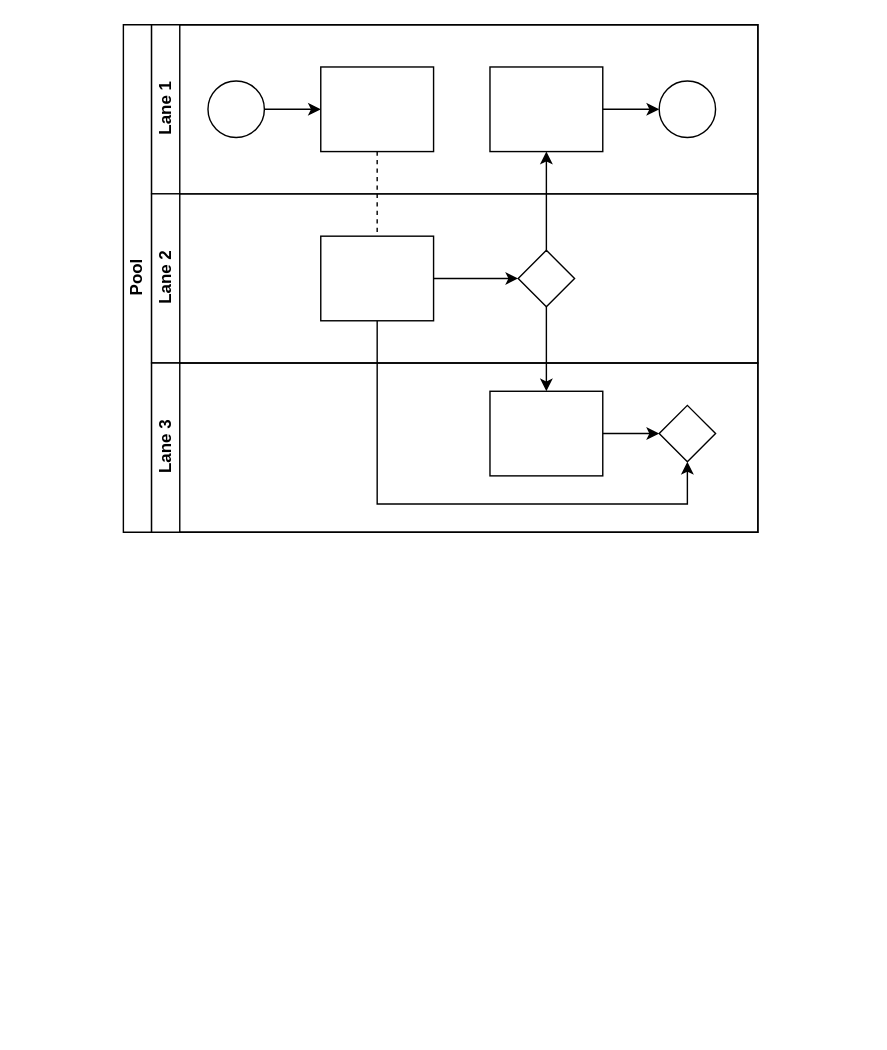
Before: Flowchart/archiDAO_architecture.drawio in ArchiDAO/ArchiDAONFT, a draw.io diagram. Source tidied: cells renumbered, new cells numbered last; positions are measured from the earlier drawing's top-left corner, leaving out a move shared by most shapes. Both pictures are drawn from the tidied source at 141%, with x=0, y=0 at pixel (123, 24).
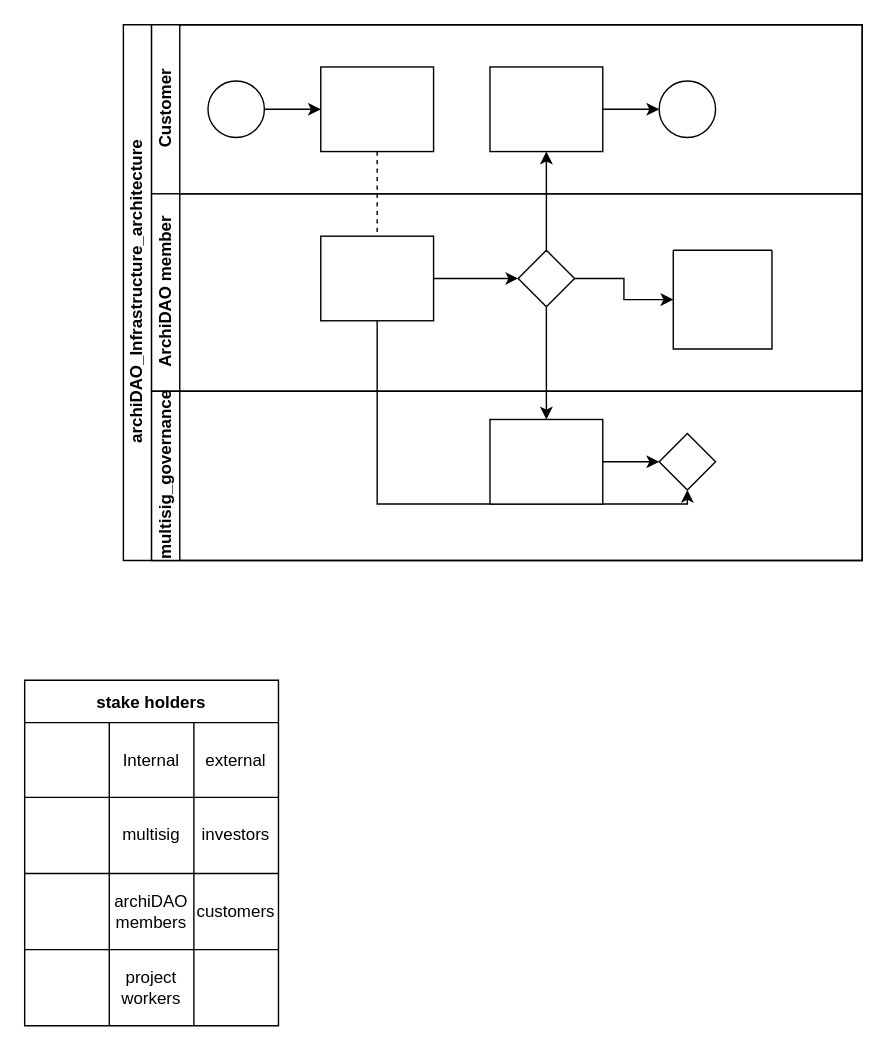
The same page after the edit.

Unchanged cells that the change refers to:
```xml
<mxCell id="17" style="rhombus;whiteSpace=wrap;html=1;fontFamily=Helvetica;fontSize=12;fontColor=#000000;align=center;" parent="14" vertex="1">
  <mxGeometry x="260" y="40" width="40" height="40" as="geometry" />
</mxCell>
```

Diff of the diagram source:
```diff
@@
-    <mxCell id="2" value="Pool" style="swimlane;html=1;horizontal=0;startSize=20;" parent="1" vertex="1">
-      <mxGeometry width="450" height="360" as="geometry" />
+    <mxCell id="2" value="archiDAO_Infrastructure_architecture" style="swimlane;html=1;horizontal=0;startSize=20;" parent="1" vertex="1">
+      <mxGeometry width="524" height="380" as="geometry" />
     </mxCell>
@@
-    <mxCell id="7" value="Lane 1" style="swimlane;html=1;startSize=20;horizontal=0;" parent="2" vertex="1">
-      <mxGeometry x="20" width="430" height="120" as="geometry" />
+    <mxCell id="7" value="Customer" style="swimlane;html=1;startSize=20;horizontal=0;" parent="2" vertex="1">
+      <mxGeometry x="20" width="504" height="120" as="geometry" />
     </mxCell>
@@
-    <mxCell id="14" value="Lane 2" style="swimlane;html=1;startSize=20;horizontal=0;" parent="2" vertex="1">
-      <mxGeometry x="20" y="120" width="430" height="120" as="geometry" />
+    <mxCell id="14" value="ArchiDAO member" style="swimlane;html=1;startSize=20;horizontal=0;" parent="2" vertex="1">
+      <mxGeometry x="20" y="120" width="504" height="140" as="geometry" />
     </mxCell>
@@
+    <mxCell id="22" style="edgeStyle=orthogonalEdgeStyle;rounded=0;jettySize=auto;html=1;exitX=1;exitY=0.5;exitDx=0;exitDy=0;entryX=0;entryY=0.5;entryDx=0;entryDy=0;" parent="14" edge="1" source="17" target="23">
+      <mxGeometry relative="1" as="geometry" />
+    </mxCell>
@@
+    <mxCell id="23" style="swimlane;startSize=0;" parent="14" vertex="1">
+      <mxGeometry x="370" y="40" width="70" height="70" as="geometry" />
+    </mxCell>
-    <mxCell id="18" value="Lane 3" style="swimlane;html=1;startSize=20;horizontal=0;" parent="2" vertex="1">
-      <mxGeometry x="20" y="240" width="430" height="120" as="geometry" />
+    <mxCell id="18" value="multisig_governance" style="swimlane;html=1;startSize=20;horizontal=0;" parent="2" vertex="1">
+      <mxGeometry x="20" y="260" width="504" height="120" as="geometry" />
     </mxCell>
@@
+    <mxCell id="24" value="stake holders" style="shape=table;startSize=30;childLayout=tableLayout;fontStyle=1;align=center;strokeWidth=1;" parent="1" vertex="1">
+      <mxGeometry x="-70" y="465" width="180" height="245" as="geometry" />
+    </mxCell>
+    <mxCell id="25" style="shape=tableRow;horizontal=0;startSize=0;swimlaneHead=0;swimlaneBody=0;top=0;left=0;bottom=0;right=0;fillColor=none;" parent="24" vertex="1">
+      <mxGeometry y="30" width="180" height="53" as="geometry" />
+    </mxCell>
+    <mxCell id="26" style="shape=partialRectangle;html=1;whiteSpace=wrap;fillColor=none;top=0;left=0;bottom=0;right=0;overflow=hidden;" parent="25" vertex="1">
+      <mxGeometry width="60" height="53" as="geometry" />
+    </mxCell>
+    <mxCell id="27" value="Internal" style="shape=partialRectangle;html=1;whiteSpace=wrap;fillColor=none;top=0;left=0;bottom=0;right=0;overflow=hidden;" parent="25" vertex="1">
+      <mxGeometry x="60" width="60" height="53" as="geometry" />
+    </mxCell>
+    <mxCell id="28" value="external" style="shape=partialRectangle;html=1;whiteSpace=wrap;fillColor=none;top=0;left=0;bottom=0;right=0;overflow=hidden;" parent="25" vertex="1">
+      <mxGeometry x="120" width="60" height="53" as="geometry" />
+    </mxCell>
+    <mxCell id="29" style="shape=tableRow;horizontal=0;startSize=0;swimlaneHead=0;swimlaneBody=0;top=0;left=0;bottom=0;right=0;fillColor=none;" parent="24" vertex="1">
+      <mxGeometry y="83" width="180" height="54" as="geometry" />
+    </mxCell>
+    <mxCell id="30" style="shape=partialRectangle;html=1;whiteSpace=wrap;fillColor=none;top=0;left=0;bottom=0;right=0;overflow=hidden;" parent="29" vertex="1">
+      <mxGeometry width="60" height="54" as="geometry" />
+    </mxCell>
+    <mxCell id="31" value="multisig" style="shape=partialRectangle;html=1;whiteSpace=wrap;fillColor=none;top=0;left=0;bottom=0;right=0;overflow=hidden;" parent="29" vertex="1">
+      <mxGeometry x="60" width="60" height="54" as="geometry" />
+    </mxCell>
+    <mxCell id="32" value="investors" style="shape=partialRectangle;html=1;whiteSpace=wrap;fillColor=none;top=0;left=0;bottom=0;right=0;overflow=hidden;" parent="29" vertex="1">
+      <mxGeometry x="120" width="60" height="54" as="geometry" />
+    </mxCell>
+    <mxCell id="33" style="shape=tableRow;horizontal=0;startSize=0;swimlaneHead=0;swimlaneBody=0;top=0;left=0;bottom=0;right=0;fillColor=none;" parent="24" vertex="1">
+      <mxGeometry y="137" width="180" height="54" as="geometry" />
+    </mxCell>
+    <mxCell id="34" style="shape=partialRectangle;html=1;whiteSpace=wrap;fillColor=none;top=0;left=0;bottom=0;right=0;overflow=hidden;" parent="33" vertex="1">
+      <mxGeometry width="60" height="54" as="geometry" />
+    </mxCell>
+    <mxCell id="35" value="archiDAO members" style="shape=partialRectangle;html=1;whiteSpace=wrap;fillColor=none;top=0;left=0;bottom=0;right=0;overflow=hidden;" parent="33" vertex="1">
+      <mxGeometry x="60" width="60" height="54" as="geometry" />
+    </mxCell>
+    <mxCell id="36" value="customers" style="shape=partialRectangle;html=1;whiteSpace=wrap;fillColor=none;top=0;left=0;bottom=0;right=0;overflow=hidden;" parent="33" vertex="1">
+      <mxGeometry x="120" width="60" height="54" as="geometry" />
+    </mxCell>
+    <mxCell id="37" style="shape=tableRow;horizontal=0;startSize=0;swimlaneHead=0;swimlaneBody=0;top=0;left=0;bottom=0;right=0;fillColor=none;" parent="24" vertex="1">
+      <mxGeometry y="191" width="180" height="54" as="geometry" />
+    </mxCell>
+    <mxCell id="38" style="shape=partialRectangle;html=1;whiteSpace=wrap;fillColor=none;top=0;left=0;bottom=0;right=0;overflow=hidden;" parent="37" vertex="1">
+      <mxGeometry width="60" height="54" as="geometry" />
+    </mxCell>
+    <mxCell id="39" value="project workers" style="shape=partialRectangle;html=1;whiteSpace=wrap;fillColor=none;top=0;left=0;bottom=0;right=0;overflow=hidden;" parent="37" vertex="1">
+      <mxGeometry x="60" width="60" height="54" as="geometry" />
+    </mxCell>
+    <mxCell id="40" style="shape=partialRectangle;html=1;whiteSpace=wrap;fillColor=none;top=0;left=0;bottom=0;right=0;overflow=hidden;" parent="37" vertex="1">
+      <mxGeometry x="120" width="60" height="54" as="geometry" />
+    </mxCell>
```
